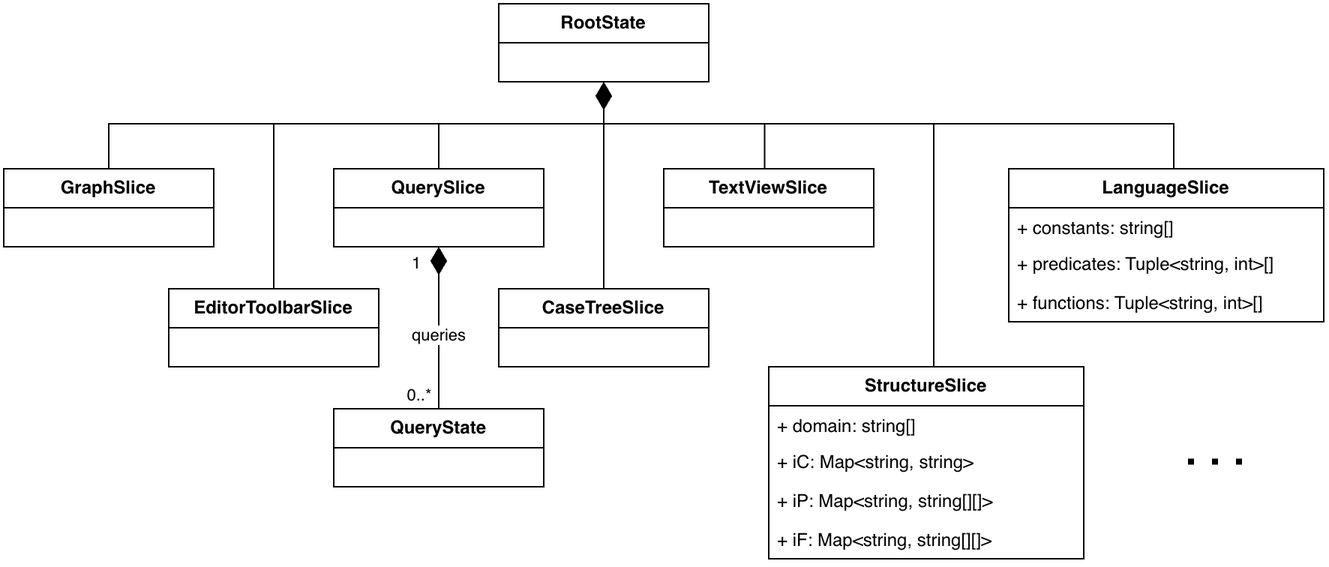
The draw.io diagram source/images/diagram-overview.png in marcsek/bachelor_thesis, before a commit. Source tidied: cells renumbered, new cells last; positions are measured from the earlier drawing's top-left corner, leaving out a move shared by most shapes.
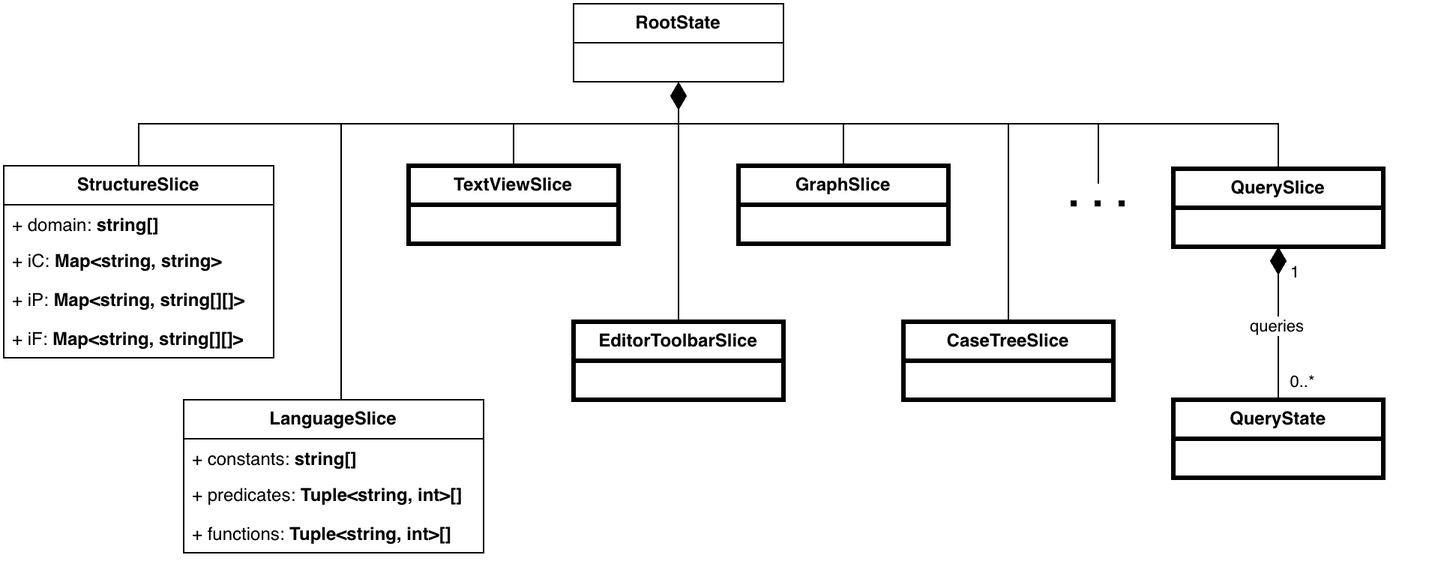
Above is the later version.

Change to the diagram source:
```diff
@@ -5,131 +5,117 @@
     <mxCell id="2" value="&lt;b&gt;RootState&lt;/b&gt;" style="swimlane;fontStyle=0;horizontal=1;startSize=26;fillColor=none;whiteSpace=wrap;html=1;" parent="1" vertex="1">
       <mxGeometry x="330" width="140" height="52" as="geometry" />
     </mxCell>
-    <mxCell id="3" value="&lt;b&gt;GraphSlice&lt;/b&gt;" style="swimlane;fontStyle=0;horizontal=1;startSize=26;fillColor=none;whiteSpace=wrap;html=1;" parent="1" vertex="1">
-      <mxGeometry y="110" width="140" height="52" as="geometry" />
+    <mxCell id="3" value="&lt;b&gt;GraphSlice&lt;/b&gt;" style="swimlane;fontStyle=0;horizontal=1;startSize=26;fillColor=none;whiteSpace=wrap;html=1;strokeWidth=3;" parent="1" vertex="1">
+      <mxGeometry x="440" y="108" width="140" height="52" as="geometry" />
     </mxCell>
-    <mxCell id="4" style="endArrow=diamondThin;endFill=1;endSize=16;html=1;rounded=0;exitX=0.5;exitY=0;exitDx=0;exitDy=0;entryX=0.5;entryY=1;entryDx=0;entryDy=0;edgeStyle=orthogonalEdgeStyle;" parent="1" edge="1" source="3" target="2">
-      <mxGeometry relative="1" as="geometry">
-        <Array as="points">
-          <mxPoint x="70" y="80" />
-          <mxPoint x="400" y="80" />
-        </Array>
-      </mxGeometry>
-    </mxCell>
-    <mxCell id="5" value="&lt;b&gt;EditorToolbarSlice&lt;/b&gt;" style="swimlane;fontStyle=0;horizontal=1;startSize=26;fillColor=none;whiteSpace=wrap;html=1;" parent="1" vertex="1">
-      <mxGeometry x="110" y="190" width="140" height="52" as="geometry" />
+    <mxCell id="5" value="&lt;b&gt;EditorToolbarSlice&lt;/b&gt;" style="swimlane;fontStyle=0;horizontal=1;startSize=26;fillColor=none;whiteSpace=wrap;html=1;strokeWidth=3;" parent="1" vertex="1">
+      <mxGeometry x="330" y="212" width="140" height="52" as="geometry" />
     </mxCell>
-    <mxCell id="6" style="endArrow=diamondThin;endFill=1;endSize=16;html=1;rounded=0;exitX=0.5;exitY=0;exitDx=0;exitDy=0;entryX=0.5;entryY=1;entryDx=0;entryDy=0;edgeStyle=orthogonalEdgeStyle;" parent="1" edge="1" source="5" target="2">
-      <mxGeometry relative="1" as="geometry">
-        <Array as="points">
-          <mxPoint x="180" y="80" />
-          <mxPoint x="400" y="80" />
-        </Array>
-      </mxGeometry>
-    </mxCell>
-    <mxCell id="7" value="&lt;b&gt;QuerySlice&lt;/b&gt;" style="swimlane;fontStyle=0;horizontal=1;startSize=26;fillColor=none;whiteSpace=wrap;html=1;" parent="1" vertex="1">
-      <mxGeometry x="220" y="110" width="140" height="52" as="geometry" />
+    <mxCell id="7" value="&lt;b&gt;QuerySlice&lt;/b&gt;" style="swimlane;fontStyle=0;horizontal=1;startSize=26;fillColor=none;whiteSpace=wrap;html=1;strokeWidth=3;" parent="1" vertex="1">
+      <mxGeometry x="730" y="110" width="140" height="52" as="geometry" />
     </mxCell>
-    <mxCell id="8" value="&lt;b&gt;CaseTreeSlice&lt;/b&gt;" style="swimlane;fontStyle=0;horizontal=1;startSize=26;fillColor=none;whiteSpace=wrap;html=1;" parent="1" vertex="1">
-      <mxGeometry x="330" y="190" width="140" height="52" as="geometry" />
+    <mxCell id="8" value="&lt;b&gt;CaseTreeSlice&lt;/b&gt;" style="swimlane;fontStyle=0;horizontal=1;startSize=26;fillColor=none;whiteSpace=wrap;html=1;strokeWidth=3;" parent="1" vertex="1">
+      <mxGeometry x="550" y="212" width="140" height="52" as="geometry" />
     </mxCell>
-    <mxCell id="9" value="&lt;b&gt;TextViewSlice&lt;/b&gt;" style="swimlane;fontStyle=0;horizontal=1;startSize=26;fillColor=none;whiteSpace=wrap;html=1;" parent="1" vertex="1">
-      <mxGeometry x="440" y="110" width="140" height="52" as="geometry" />
+    <mxCell id="9" value="&lt;b&gt;TextViewSlice&lt;/b&gt;" style="swimlane;fontStyle=0;horizontal=1;startSize=26;fillColor=none;whiteSpace=wrap;html=1;strokeWidth=3;" parent="1" vertex="1">
+      <mxGeometry x="220" y="108" width="140" height="52" as="geometry" />
     </mxCell>
-    <mxCell id="10" style="endArrow=diamondThin;endFill=1;endSize=16;html=1;rounded=0;exitX=0.5;exitY=0;exitDx=0;exitDy=0;entryX=0.5;entryY=1;entryDx=0;entryDy=0;edgeStyle=orthogonalEdgeStyle;" parent="1" edge="1" source="7" target="2">
-      <mxGeometry relative="1" as="geometry">
-        <Array as="points">
-          <mxPoint x="290" y="80" />
-          <mxPoint x="400" y="80" />
-        </Array>
-      </mxGeometry>
-    </mxCell>
-    <mxCell id="11" style="endArrow=diamondThin;endFill=1;endSize=16;html=1;rounded=0;exitX=0.5;exitY=0;exitDx=0;exitDy=0;entryX=0.5;entryY=1;entryDx=0;entryDy=0;edgeStyle=orthogonalEdgeStyle;" parent="1" edge="1" source="8" target="2">
-      <mxGeometry relative="1" as="geometry" />
-    </mxCell>
-    <mxCell id="12" style="endArrow=diamondThin;endFill=1;endSize=16;html=1;rounded=0;exitX=0.48;exitY=0.009;exitDx=0;exitDy=0;exitPerimeter=0;entryX=0.5;entryY=1;entryDx=0;entryDy=0;edgeStyle=orthogonalEdgeStyle;" parent="1" edge="1" source="9" target="2">
-      <mxGeometry relative="1" as="geometry">
-        <Array as="points">
-          <mxPoint x="507" y="80" />
-          <mxPoint x="400" y="80" />
-        </Array>
-      </mxGeometry>
-    </mxCell>
-    <mxCell id="13" style="endArrow=diamondThin;endFill=1;endSize=16;html=1;rounded=0;exitX=0.5;exitY=0;exitDx=0;exitDy=0;entryX=0.5;entryY=1;entryDx=0;entryDy=0;edgeStyle=orthogonalEdgeStyle;" parent="1" edge="1" target="2">
-      <mxGeometry relative="1" as="geometry">
-        <mxPoint x="620" y="190" as="sourcePoint" />
-        <Array as="points">
-          <mxPoint x="620" y="80" />
-          <mxPoint x="400" y="80" />
-        </Array>
-      </mxGeometry>
-    </mxCell>
-    <mxCell id="14" style="endArrow=diamondThin;endFill=1;endSize=16;html=1;rounded=0;exitX=0.48;exitY=0;exitDx=0;exitDy=0;entryX=0.5;entryY=1;entryDx=0;entryDy=0;edgeStyle=orthogonalEdgeStyle;exitPerimeter=0;" parent="1" edge="1" source="26" target="2">
-      <mxGeometry relative="1" as="geometry">
-        <Array as="points">
-          <mxPoint x="780" y="110" />
-          <mxPoint x="780" y="80" />
-          <mxPoint x="400" y="80" />
-        </Array>
-      </mxGeometry>
-    </mxCell>
-    <mxCell id="15" style="endArrow=diamondThin;endFill=1;endSize=16;html=1;rounded=0;exitX=0.5;exitY=0;exitDx=0;exitDy=0;entryX=0.5;entryY=1;entryDx=0;entryDy=0;edgeStyle=orthogonalEdgeStyle;" parent="1" edge="1" source="21" target="2">
-      <mxGeometry relative="1" as="geometry">
-        <Array as="points">
-          <mxPoint x="620" y="80" />
-          <mxPoint x="400" y="80" />
-        </Array>
-      </mxGeometry>
-    </mxCell>
-    <mxCell id="16" value="&lt;b&gt;QueryState&lt;/b&gt;" style="swimlane;fontStyle=0;horizontal=1;startSize=26;fillColor=none;whiteSpace=wrap;html=1;" parent="1" vertex="1">
-      <mxGeometry x="220" y="270" width="140" height="52" as="geometry" />
+    <mxCell id="16" value="&lt;b&gt;QueryState&lt;/b&gt;" style="swimlane;fontStyle=0;horizontal=1;startSize=26;fillColor=none;whiteSpace=wrap;html=1;strokeWidth=3;" parent="1" vertex="1">
+      <mxGeometry x="730" y="264" width="140" height="52" as="geometry" />
     </mxCell>
     <mxCell id="17" style="endArrow=diamondThin;endFill=1;endSize=16;html=1;rounded=0;exitX=0.5;exitY=0;exitDx=0;exitDy=0;entryX=0.5;entryY=1;entryDx=0;entryDy=0;" parent="1" edge="1" source="16" target="7">
       <mxGeometry relative="1" as="geometry" />
     </mxCell>
     <mxCell id="18" value="0..*" style="edgeLabel;html=1;align=center;verticalAlign=middle;" parent="1" vertex="1">
-      <mxGeometry x="276" y="260" as="geometry" />
+      <mxGeometry x="816" y="252" as="geometry" />
     </mxCell>
     <mxCell id="19" value="1" style="edgeLabel;html=1;align=center;verticalAlign=middle;" parent="1" vertex="1">
-      <mxGeometry x="274" y="172" as="geometry" />
+      <mxGeometry x="912" y="180" as="geometry">
+        <mxPoint x="-101" y="-1" as="offset" />
+      </mxGeometry>
     </mxCell>
     <mxCell id="20" value="&lt;div&gt;queries&lt;/div&gt;" style="edgeLabel;html=1;align=center;verticalAlign=middle;" parent="1" vertex="1">
-      <mxGeometry x="280" y="212" as="geometry">
+      <mxGeometry x="790" y="207" as="geometry">
         <mxPoint x="9" y="8" as="offset" />
       </mxGeometry>
     </mxCell>
     <mxCell id="21" value="&lt;b&gt;StructureSlice&lt;/b&gt;" style="swimlane;fontStyle=0;horizontal=1;startSize=26;fillColor=none;whiteSpace=wrap;html=1;" parent="1" vertex="1">
-      <mxGeometry x="510" y="242" width="210" height="128" as="geometry" />
+      <mxGeometry x="-50" y="108" width="180" height="128" as="geometry" />
     </mxCell>
-    <mxCell id="22" value="+ domain: string[]" style="text;strokeColor=none;fillColor=none;align=left;verticalAlign=top;spacingLeft=4;spacingRight=4;overflow=hidden;whiteSpace=wrap;html=1;" parent="21" vertex="1">
-      <mxGeometry y="26" width="210" height="24" as="geometry" />
+    <mxCell id="22" value="+ domain: &lt;b&gt;string[]&lt;/b&gt;" style="text;strokeColor=none;fillColor=none;align=left;verticalAlign=top;spacingLeft=4;spacingRight=4;overflow=hidden;whiteSpace=wrap;html=1;" parent="21" vertex="1">
+      <mxGeometry y="26" width="180" height="24" as="geometry" />
     </mxCell>
-    <mxCell id="23" value="+ iC: Map&amp;lt;string, string&amp;gt;" style="text;strokeColor=none;fillColor=none;align=left;verticalAlign=top;spacingLeft=4;spacingRight=4;overflow=hidden;whiteSpace=wrap;html=1;" parent="21" vertex="1">
-      <mxGeometry y="50" width="210" height="26" as="geometry" />
+    <mxCell id="23" value="+ iC: &lt;b&gt;Map&amp;lt;string, string&amp;gt;&lt;/b&gt;" style="text;strokeColor=none;fillColor=none;align=left;verticalAlign=top;spacingLeft=4;spacingRight=4;overflow=hidden;whiteSpace=wrap;html=1;" parent="21" vertex="1">
+      <mxGeometry y="50" width="180" height="26" as="geometry" />
     </mxCell>
-    <mxCell id="24" value="+ iP: Map&amp;lt;string, string[][]&amp;gt;" style="text;strokeColor=none;fillColor=none;align=left;verticalAlign=top;spacingLeft=4;spacingRight=4;overflow=hidden;whiteSpace=wrap;html=1;" parent="21" vertex="1">
-      <mxGeometry y="76" width="210" height="26" as="geometry" />
+    <mxCell id="24" value="+ iP: &lt;b&gt;Map&amp;lt;string, string[][]&amp;gt;&lt;/b&gt;" style="text;strokeColor=none;fillColor=none;align=left;verticalAlign=top;spacingLeft=4;spacingRight=4;overflow=hidden;whiteSpace=wrap;html=1;" parent="21" vertex="1">
+      <mxGeometry y="76" width="180" height="26" as="geometry" />
     </mxCell>
-    <mxCell id="25" value="+ iF: Map&amp;lt;string, string[][]&amp;gt;" style="text;strokeColor=none;fillColor=none;align=left;verticalAlign=top;spacingLeft=4;spacingRight=4;overflow=hidden;whiteSpace=wrap;html=1;" parent="21" vertex="1">
-      <mxGeometry y="102" width="210" height="26" as="geometry" />
+    <mxCell id="25" value="+ iF: &lt;b&gt;Map&amp;lt;string, string[][]&amp;gt;&lt;/b&gt;" style="text;strokeColor=none;fillColor=none;align=left;verticalAlign=top;spacingLeft=4;spacingRight=4;overflow=hidden;whiteSpace=wrap;html=1;" parent="21" vertex="1">
+      <mxGeometry y="102" width="180" height="26" as="geometry" />
     </mxCell>
     <mxCell id="26" value="&lt;b&gt;LanguageSlice&lt;/b&gt;" style="swimlane;fontStyle=0;horizontal=1;startSize=26;fillColor=none;whiteSpace=wrap;html=1;" parent="1" vertex="1">
-      <mxGeometry x="670" y="110" width="210" height="102" as="geometry" />
+      <mxGeometry x="70" y="264" width="200" height="102" as="geometry" />
     </mxCell>
-    <mxCell id="27" value="+ constants: string[]" style="text;strokeColor=none;fillColor=none;align=left;verticalAlign=top;spacingLeft=4;spacingRight=4;overflow=hidden;whiteSpace=wrap;html=1;" parent="26" vertex="1">
-      <mxGeometry y="26" width="210" height="24" as="geometry" />
+    <mxCell id="27" value="+ constants: &lt;b&gt;string[]&lt;/b&gt;" style="text;strokeColor=none;fillColor=none;align=left;verticalAlign=top;spacingLeft=4;spacingRight=4;overflow=hidden;whiteSpace=wrap;html=1;" parent="26" vertex="1">
+      <mxGeometry y="26" width="200" height="24" as="geometry" />
     </mxCell>
-    <mxCell id="28" value="+ predicates: Tuple&amp;lt;string, int&amp;gt;[]" style="text;strokeColor=none;fillColor=none;align=left;verticalAlign=top;spacingLeft=4;spacingRight=4;overflow=hidden;whiteSpace=wrap;html=1;" parent="26" vertex="1">
-      <mxGeometry y="50" width="210" height="26" as="geometry" />
+    <mxCell id="28" value="+ predicates: &lt;b&gt;Tuple&amp;lt;string, int&amp;gt;[]&lt;/b&gt;" style="text;strokeColor=none;fillColor=none;align=left;verticalAlign=top;spacingLeft=4;spacingRight=4;overflow=hidden;whiteSpace=wrap;html=1;" parent="26" vertex="1">
+      <mxGeometry y="50" width="200" height="26" as="geometry" />
     </mxCell>
-    <mxCell id="29" value="+ functions: Tuple&amp;lt;string, int&amp;gt;[]" style="text;strokeColor=none;fillColor=none;align=left;verticalAlign=top;spacingLeft=4;spacingRight=4;overflow=hidden;whiteSpace=wrap;html=1;" parent="26" vertex="1">
-      <mxGeometry y="76" width="210" height="26" as="geometry" />
+    <mxCell id="29" value="+ functions: &lt;b&gt;Tuple&amp;lt;string, int&amp;gt;[]&lt;/b&gt;" style="text;strokeColor=none;fillColor=none;align=left;verticalAlign=top;spacingLeft=4;spacingRight=4;overflow=hidden;whiteSpace=wrap;html=1;" parent="26" vertex="1">
+      <mxGeometry y="76" width="200" height="26" as="geometry" />
     </mxCell>
     <mxCell id="30" style="endArrow=none;dashed=1;html=1;dashPattern=1 3;strokeWidth=4;rounded=0;" parent="1" edge="1">
       <mxGeometry relative="1" as="geometry">
-        <mxPoint x="790" y="305.7" as="sourcePoint" />
-        <mxPoint x="830" y="305.7" as="targetPoint" />
+        <mxPoint x="662" y="133.7" as="sourcePoint" />
+        <mxPoint x="702" y="133.7" as="targetPoint" />
       </mxGeometry>
     </mxCell>
+    <mxCell id="12" style="endArrow=diamondThin;endFill=1;endSize=16;html=1;rounded=0;exitX=0.5;exitY=0;exitDx=0;exitDy=0;entryX=0.5;entryY=1;entryDx=0;entryDy=0;edgeStyle=orthogonalEdgeStyle;" parent="1" edge="1" source="9" target="2">
+      <mxGeometry relative="1" as="geometry" />
+    </mxCell>
+    <mxCell id="4" style="endArrow=diamondThin;endFill=1;endSize=16;html=1;rounded=0;exitX=0.5;exitY=0;exitDx=0;exitDy=0;entryX=0.5;entryY=1;entryDx=0;entryDy=0;edgeStyle=orthogonalEdgeStyle;" parent="1" edge="1" source="3" target="2">
+      <mxGeometry relative="1" as="geometry" />
+    </mxCell>
+    <mxCell id="6" style="endArrow=diamondThin;endFill=1;endSize=16;html=1;rounded=0;exitX=0.5;exitY=0;exitDx=0;exitDy=0;entryX=0.5;entryY=1;entryDx=0;entryDy=0;edgeStyle=orthogonalEdgeStyle;" parent="1" edge="1" source="5" target="2">
+      <mxGeometry relative="1" as="geometry" />
+    </mxCell>
+    <mxCell id="15" style="endArrow=diamondThin;endFill=1;endSize=16;html=1;rounded=0;exitX=0.5;exitY=0;exitDx=0;exitDy=0;entryX=0.5;entryY=1;entryDx=0;entryDy=0;edgeStyle=orthogonalEdgeStyle;" parent="1" edge="1" source="21" target="2">
+      <mxGeometry relative="1" as="geometry" />
+    </mxCell>
+    <mxCell id="14" style="endArrow=diamondThin;endFill=1;endSize=16;html=1;rounded=0;exitX=0.5;exitY=0;exitDx=0;exitDy=0;entryX=0.5;entryY=1;entryDx=0;entryDy=0;edgeStyle=orthogonalEdgeStyle;" parent="1" edge="1" source="26" target="2">
+      <mxGeometry relative="1" as="geometry">
+        <Array as="points">
+          <mxPoint x="175" y="80" />
+          <mxPoint x="400" y="80" />
+        </Array>
+      </mxGeometry>
+    </mxCell>
+    <mxCell id="11" style="endArrow=diamondThin;endFill=1;endSize=16;html=1;rounded=0;exitX=0.5;exitY=0;exitDx=0;exitDy=0;entryX=0.5;entryY=1;entryDx=0;entryDy=0;edgeStyle=orthogonalEdgeStyle;" parent="1" edge="1" source="8" target="2">
+      <mxGeometry relative="1" as="geometry">
+        <Array as="points">
+          <mxPoint x="620" y="80" />
+          <mxPoint x="400" y="80" />
+        </Array>
+      </mxGeometry>
+    </mxCell>
+    <mxCell id="10" style="endArrow=diamondThin;endFill=1;endSize=16;html=1;rounded=0;exitX=0.5;exitY=0;exitDx=0;exitDy=0;entryX=0.5;entryY=1;entryDx=0;entryDy=0;edgeStyle=orthogonalEdgeStyle;" parent="1" edge="1" source="7" target="2">
+      <mxGeometry relative="1" as="geometry">
+        <Array as="points">
+          <mxPoint x="800" y="80" />
+          <mxPoint x="400" y="80" />
+        </Array>
+      </mxGeometry>
+    </mxCell>
+    <mxCell id="31" style="endArrow=diamondThin;endFill=1;endSize=16;html=1;rounded=0;entryX=0.5;entryY=1;entryDx=0;entryDy=0;edgeStyle=orthogonalEdgeStyle;" parent="1" edge="1" target="2">
+      <mxGeometry relative="1" as="geometry">
+        <mxPoint x="680" y="120" as="sourcePoint" />
+        <Array as="points">
+          <mxPoint x="680" y="80" />
+          <mxPoint x="400" y="80" />
+        </Array>
+      </mxGeometry>
+    </mxCell>
   </root>
 </mxGraphModel>
```
